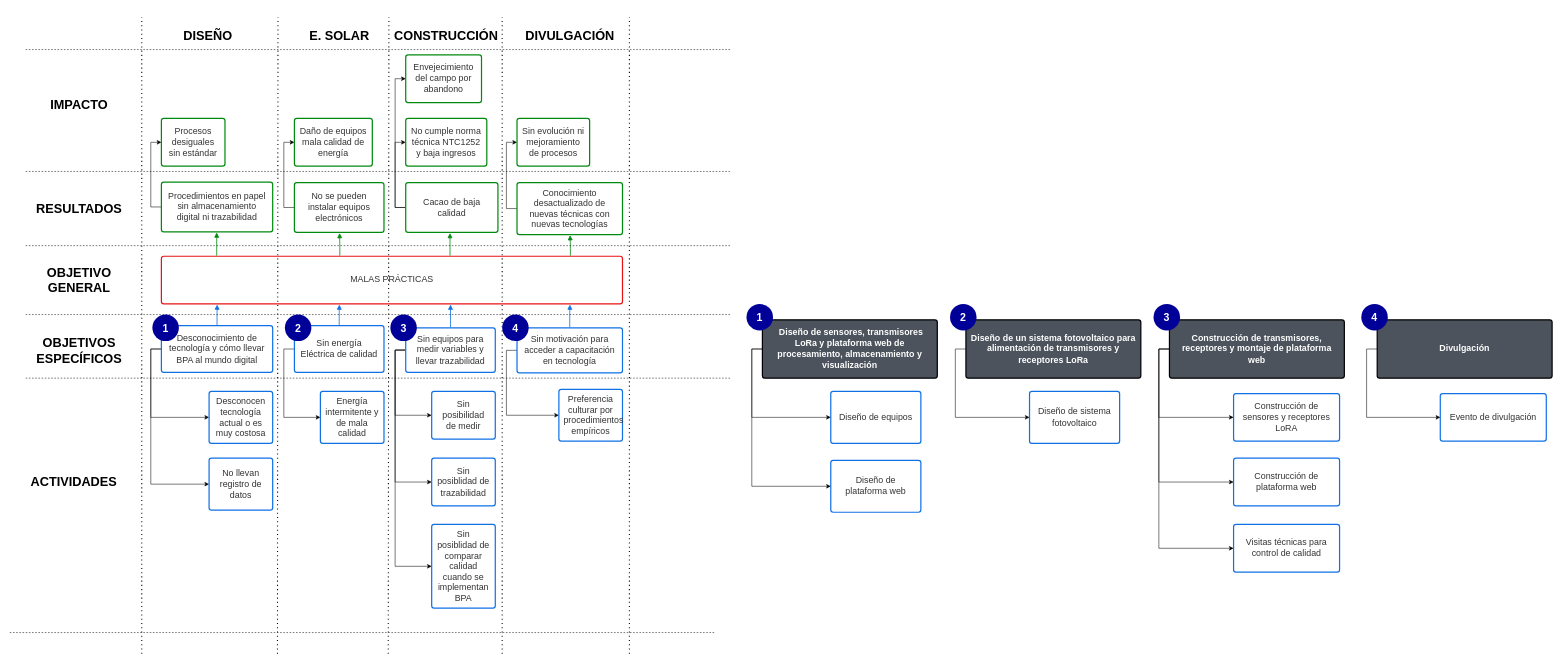
Above: page "Arbol de problemas" (1 of 2) of Diagrama sin título.drawio in LeonDV/documentacion (draw.io), before the change. Source tidied: cells renumbered, new cells numbered last; positions are measured from the earlier drawing's top-left corner, leaving out a move shared by most shapes. Both pictures are drawn from the tidied source at 53%, with x=0, y=0 at pixel (9, 17).
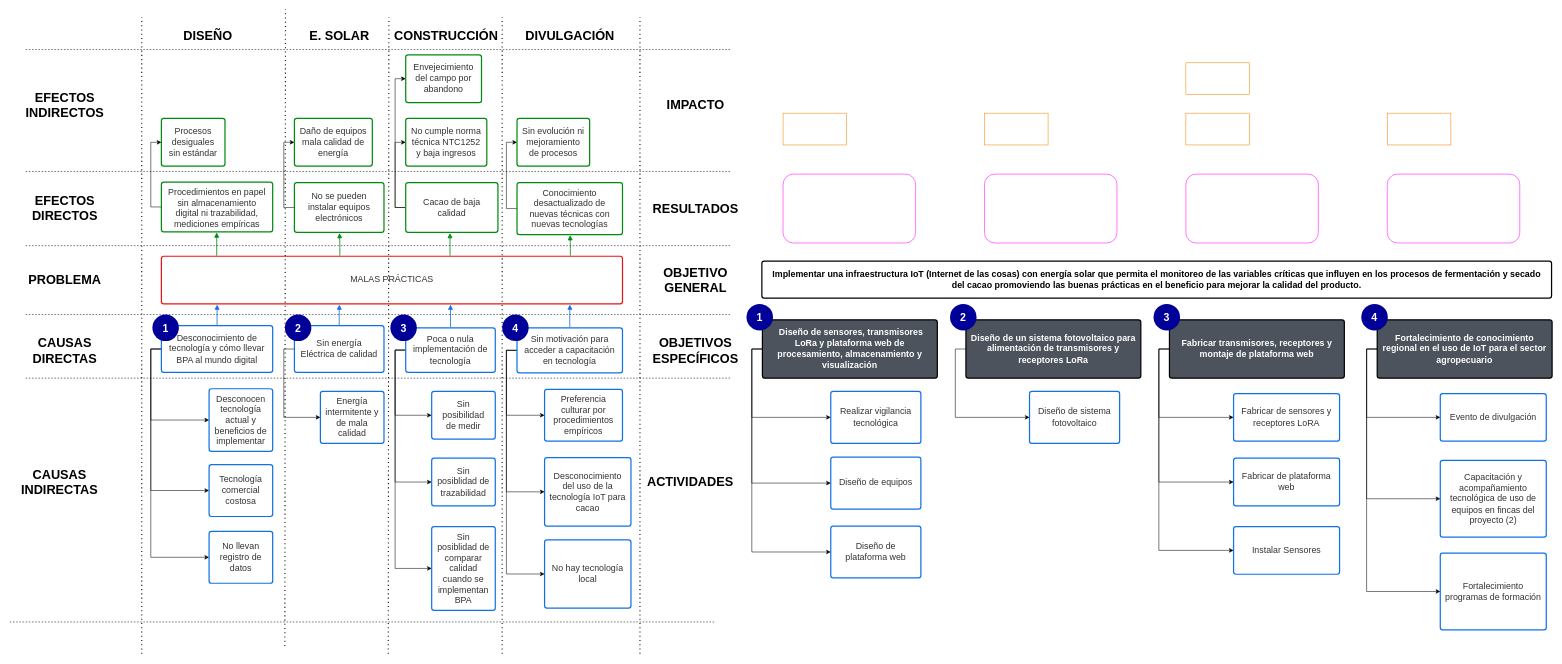
The same diagram, later.

The change refers to these unchanged cells:
```xml
<mxCell id="4" value="Desconocimiento de tecnología y cómo llevar BPA al mundo digital" style="html=1;overflow=block;blockSpacing=1;whiteSpace=wrap;fontSize=16.7;fontColor=#333333;align=center;spacing=9;strokeColor=#1071e5;strokeOpacity=100;rounded=1;absoluteArcSize=1;arcSize=9;strokeWidth=2.3;" parent="1" vertex="1">
  <mxGeometry x="287" y="582" width="210" height="88" as="geometry" />
</mxCell>
<mxCell id="13" value="Sin motivación para acceder a capacitación en tecnología" style="html=1;overflow=block;blockSpacing=1;whiteSpace=wrap;fontSize=16.7;fontColor=#333333;align=center;spacing=9;strokeColor=#1071e5;strokeOpacity=100;rounded=1;absoluteArcSize=1;arcSize=9;strokeWidth=2.3;" parent="1" vertex="1">
  <mxGeometry x="958" y="586" width="199" height="85" as="geometry" />
</mxCell>
<mxCell id="67" value="&amp;nbsp;Diseño de sensores, transmisores LoRa y plataforma web de procesamiento, almacenamiento y visualización" style="html=1;overflow=block;blockSpacing=1;whiteSpace=wrap;fontSize=16.7;fontColor=#ffffff;fontStyle=1;align=center;spacing=9;strokeOpacity=100;fillOpacity=100;rounded=1;absoluteArcSize=1;arcSize=9;fillColor=#4c535d;strokeWidth=2.3;" parent="66" vertex="1">
  <mxGeometry x="30" y="30" width="330" height="110" as="geometry" />
</mxCell>
<mxCell id="72" style="group;" parent="1" vertex="1">
  <mxGeometry x="2300" y="541" width="360" height="140" as="geometry" />
</mxCell>
<mxCell id="75" style="group;" parent="1" vertex="1">
  <mxGeometry x="2551" y="541" width="360" height="140" as="geometry" />
</mxCell>
```

What changed in the source:
```diff
@@
+    <mxCell id="93" style="edgeStyle=orthogonalEdgeStyle;rounded=0;jettySize=auto;html=1;exitX=0;exitY=0.5;exitDx=0;exitDy=0;entryX=0;entryY=0.5;entryDx=0;entryDy=0;fontSize=20;fontColor=#000000;" parent="1" edge="1" source="4" target="109">
+      <mxGeometry relative="1" as="geometry" />
+    </mxCell>
@@
-    <mxCell id="11" value="Sin equipos para medir variables y llevar trazabilidad" style="html=1;overflow=block;blockSpacing=1;whiteSpace=wrap;fontSize=16.7;fontColor=#333333;align=center;spacing=9;strokeColor=#1071e5;strokeOpacity=100;rounded=1;absoluteArcSize=1;arcSize=9;strokeWidth=2.3;" parent="1" vertex="1">
+    <mxCell id="11" value="Poca o nula implementación de tecnología" style="html=1;overflow=block;blockSpacing=1;whiteSpace=wrap;fontSize=16.7;fontColor=#333333;align=center;spacing=9;strokeColor=#1071e5;strokeOpacity=100;rounded=1;absoluteArcSize=1;arcSize=9;strokeWidth=2.3;" parent="1" vertex="1">
       <mxGeometry x="748" y="586" width="169" height="84" as="geometry" />
     </mxCell>
@@
+    <mxCell id="94" style="edgeStyle=orthogonalEdgeStyle;rounded=0;jettySize=auto;html=1;exitX=0;exitY=0.5;exitDx=0;exitDy=0;entryX=0;entryY=0.5;entryDx=0;entryDy=0;fontSize=20;fontColor=#000000;" parent="1" edge="1" source="13" target="106">
+      <mxGeometry relative="1" as="geometry" />
+    </mxCell>
+    <mxCell id="95" style="edgeStyle=orthogonalEdgeStyle;rounded=0;jettySize=auto;html=1;exitX=0;exitY=0.5;exitDx=0;exitDy=0;entryX=0;entryY=0.5;entryDx=0;entryDy=0;fontSize=20;fontColor=#000000;" parent="1" edge="1" source="13" target="119">
+      <mxGeometry relative="1" as="geometry" />
+    </mxCell>
@@
-    <mxCell id="14" value="Desconocen tecnología actual o es muy costosa" style="html=1;overflow=block;blockSpacing=1;whiteSpace=wrap;fontSize=16.7;fontColor=#333333;align=center;spacing=9;strokeColor=#1071e5;strokeOpacity=100;rounded=1;absoluteArcSize=1;arcSize=9;strokeWidth=2.3;" parent="1" vertex="1">
-      <mxGeometry x="377" y="706" width="120" height="98" as="geometry" />
+    <mxCell id="14" value="Tecnología comercial costosa" style="html=1;overflow=block;blockSpacing=1;whiteSpace=wrap;fontSize=16.7;fontColor=#333333;align=center;spacing=9;strokeColor=#1071e5;strokeOpacity=100;rounded=1;absoluteArcSize=1;arcSize=9;strokeWidth=2.3;" parent="1" vertex="1">
+      <mxGeometry x="377" y="844" width="120" height="98" as="geometry" />
     </mxCell>
@@
     <mxCell id="18" value="Sin posiblidad de comparar calidad cuando se implementan BPA" style="html=1;overflow=block;blockSpacing=1;whiteSpace=wrap;fontSize=16.7;fontColor=#333333;align=center;spacing=9;strokeColor=#1071e5;strokeOpacity=100;rounded=1;absoluteArcSize=1;arcSize=9;strokeWidth=2.3;" parent="1" vertex="1">
-      <mxGeometry x="797" y="957" width="120" height="158" as="geometry" />
+      <mxGeometry x="797" y="961" width="120" height="158" as="geometry" />
     </mxCell>
     <mxCell id="19" value="Preferencia culturar por procedimientos empíricos" style="html=1;overflow=block;blockSpacing=1;whiteSpace=wrap;fontSize=16.7;fontColor=#333333;align=center;spacing=9;strokeColor=#1071e5;strokeOpacity=100;rounded=1;absoluteArcSize=1;arcSize=9;strokeWidth=2.3;" parent="1" vertex="1">
-      <mxGeometry x="1037" y="702" width="120" height="98" as="geometry" />
+      <mxGeometry x="1010" y="702" width="147" height="98" as="geometry" />
     </mxCell>
@@
-    <mxCell id="25" value="Procedimientos en papel sin almacenamiento digital ni trazabilidad" style="html=1;overflow=block;blockSpacing=1;whiteSpace=wrap;fontSize=16.7;fontColor=#333333;align=center;spacing=9;strokeColor=#008a0e;strokeOpacity=100;rounded=1;absoluteArcSize=1;arcSize=9;strokeWidth=2.3;" parent="1" vertex="1">
+    <mxCell id="25" value="Procedimientos en papel sin almacenamiento digital ni trazabilidad, mediciones empíricas" style="html=1;overflow=block;blockSpacing=1;whiteSpace=wrap;fontSize=16.7;fontColor=#333333;align=center;spacing=9;strokeColor=#008a0e;strokeOpacity=100;rounded=1;absoluteArcSize=1;arcSize=9;strokeWidth=2.3;" parent="1" vertex="1">
       <mxGeometry x="287" y="311" width="210" height="94" as="geometry" />
     </mxCell>
@@
     <mxCell id="42" style="endArrow=none;dashed=1;html=1;dashPattern=1 3;strokeWidth=2;rounded=0;" parent="1" edge="1">
       <mxGeometry relative="1" as="geometry">
-        <mxPoint x="506" y="1201" as="sourcePoint" />
-        <mxPoint x="507" as="targetPoint" />
+        <mxPoint x="520" y="1186.5" as="sourcePoint" />
+        <mxPoint x="521" y="-14.5" as="targetPoint" />
       </mxGeometry>
     </mxCell>
@@
     <mxCell id="45" style="endArrow=none;dashed=1;html=1;dashPattern=1 3;strokeWidth=2;rounded=0;" parent="1" edge="1">
       <mxGeometry relative="1" as="geometry">
-        <mxPoint x="1170" y="1201" as="sourcePoint" />
-        <mxPoint x="1170" as="targetPoint" />
+        <mxPoint x="1190" y="1201" as="sourcePoint" />
+        <mxPoint x="1190" as="targetPoint" />
       </mxGeometry>
     </mxCell>
@@
     <mxCell id="47" value="&lt;font style=&quot;font-size: 24px;&quot;&gt;&lt;b&gt;OBJETIVOS ESPECÍFICOS&lt;/b&gt;&lt;/font&gt;" style="text;html=1;strokeColor=none;fillColor=none;align=center;verticalAlign=middle;whiteSpace=wrap;rounded=0;labelBackgroundColor=#ffffff;" parent="1" vertex="1">
-      <mxGeometry x="47" y="598.5" width="170" height="60" as="geometry" />
+      <mxGeometry x="1210" y="598.5" width="170" height="60" as="geometry" />
     </mxCell>
@@
     <mxCell id="52" style="endArrow=none;dashed=1;html=1;rounded=0;fontSize=18;" parent="1" edge="1">
       <mxGeometry relative="1" as="geometry">
-        <mxPoint x="1330" y="1161" as="sourcePoint" />
-        <mxPoint y="1161" as="targetPoint" />
+        <mxPoint x="1330" y="1141" as="sourcePoint" />
+        <mxPoint y="1141" as="targetPoint" />
       </mxGeometry>
     </mxCell>
@@
     <mxCell id="57" value="&lt;font style=&quot;font-size: 24px;&quot;&gt;&lt;b&gt;OBJETIVO GENERAL&lt;/b&gt;&lt;/font&gt;" style="text;html=1;strokeColor=none;fillColor=none;align=center;verticalAlign=middle;whiteSpace=wrap;rounded=0;labelBackgroundColor=#ffffff;" parent="1" vertex="1">
-      <mxGeometry x="52" y="461" width="160" height="70" as="geometry" />
+      <mxGeometry x="1215" y="461" width="160" height="70" as="geometry" />
     </mxCell>
     <mxCell id="58" value="&lt;font style=&quot;font-size: 24px;&quot;&gt;&lt;b&gt;ACTIVIDADES&lt;/b&gt;&lt;/font&gt;" style="text;html=1;strokeColor=none;fillColor=none;align=center;verticalAlign=middle;whiteSpace=wrap;rounded=0;labelBackgroundColor=#ffffff;" parent="1" vertex="1">
-      <mxGeometry x="27" y="862" width="190" height="30" as="geometry" />
+      <mxGeometry x="1190" y="862" width="190" height="30" as="geometry" />
     </mxCell>
     <mxCell id="59" value="&lt;span style=&quot;font-size: 24px;&quot;&gt;&lt;b&gt;RESULTADOS&lt;/b&gt;&lt;/span&gt;" style="text;html=1;strokeColor=none;fillColor=none;align=center;verticalAlign=middle;whiteSpace=wrap;rounded=0;labelBackgroundColor=#ffffff;" parent="1" vertex="1">
-      <mxGeometry x="37" y="346" width="190" height="30" as="geometry" />
+      <mxGeometry x="1200" y="346" width="190" height="30" as="geometry" />
     </mxCell>
     <mxCell id="60" value="&lt;span style=&quot;font-size: 24px;&quot;&gt;&lt;b&gt;IMPACTO&lt;/b&gt;&lt;/span&gt;" style="text;html=1;strokeColor=none;fillColor=none;align=center;verticalAlign=middle;whiteSpace=wrap;rounded=0;labelBackgroundColor=#ffffff;" parent="1" vertex="1">
-      <mxGeometry x="37" y="151" width="190" height="30" as="geometry" />
+      <mxGeometry x="1200" y="151" width="190" height="30" as="geometry" />
     </mxCell>
@@
-    <mxCell id="73" value="Construcción de transmisores, receptores y montaje de plataforma web" style="html=1;overflow=block;blockSpacing=1;whiteSpace=wrap;fontSize=16.7;fontColor=#ffffff;fontStyle=1;align=center;spacing=9;strokeOpacity=100;fillOpacity=100;rounded=1;absoluteArcSize=1;arcSize=9;fillColor=#4c535d;strokeWidth=2.3;" parent="72" vertex="1">
+    <mxCell id="73" value="Fabricar transmisores, receptores y montaje de plataforma web" style="html=1;overflow=block;blockSpacing=1;whiteSpace=wrap;fontSize=16.7;fontColor=#ffffff;fontStyle=1;align=center;spacing=9;strokeOpacity=100;fillOpacity=100;rounded=1;absoluteArcSize=1;arcSize=9;fillColor=#4c535d;strokeWidth=2.3;" parent="72" vertex="1">
       <mxGeometry x="-111" y="30" width="330" height="110" as="geometry" />
     </mxCell>
@@
-    <mxCell id="76" value="Divulgación" style="html=1;overflow=block;blockSpacing=1;whiteSpace=wrap;fontSize=16.7;fontColor=#ffffff;fontStyle=1;align=center;spacing=9;strokeOpacity=100;fillOpacity=100;rounded=1;absoluteArcSize=1;arcSize=9;fillColor=#4c535d;strokeWidth=2.3;" parent="75" vertex="1">
+    <mxCell id="76" value="Fortalecimiento de conocimiento regional en el uso de IoT para el sector agropecuario" style="html=1;overflow=block;blockSpacing=1;whiteSpace=wrap;fontSize=16.7;fontColor=#ffffff;fontStyle=1;align=center;spacing=9;strokeOpacity=100;fillOpacity=100;rounded=1;absoluteArcSize=1;arcSize=9;fillColor=#4c535d;strokeWidth=2.3;" parent="75" vertex="1">
       <mxGeometry x="30" y="30" width="330" height="110" as="geometry" />
     </mxCell>
@@
     <mxCell id="78" value="No llevan registro de datos" style="html=1;overflow=block;blockSpacing=1;whiteSpace=wrap;fontSize=16.7;fontColor=#333333;align=center;spacing=9;strokeColor=#1071e5;strokeOpacity=100;rounded=1;absoluteArcSize=1;arcSize=9;strokeWidth=2.3;" parent="1" vertex="1">
-      <mxGeometry x="377" y="832" width="120" height="98" as="geometry" />
+      <mxGeometry x="377" y="970" width="120" height="98" as="geometry" />
     </mxCell>
     <mxCell id="79" value="Diseño de equipos" style="html=1;overflow=block;blockSpacing=1;whiteSpace=wrap;fontSize=16.7;fontColor=#333333;align=center;spacing=9;strokeColor=#1071e5;strokeOpacity=100;rounded=1;absoluteArcSize=1;arcSize=9;strokeWidth=2.3;" parent="1" vertex="1">
-      <mxGeometry x="1550" y="706" width="170" height="98" as="geometry" />
+      <mxGeometry x="1550" y="830" width="170" height="98" as="geometry" />
     </mxCell>
     <mxCell id="80" value="Diseño de plataforma web" style="html=1;overflow=block;blockSpacing=1;whiteSpace=wrap;fontSize=16.7;fontColor=#333333;align=center;spacing=9;strokeColor=#1071e5;strokeOpacity=100;rounded=1;absoluteArcSize=1;arcSize=9;strokeWidth=2.3;" parent="1" vertex="1">
-      <mxGeometry x="1550" y="836" width="170" height="98" as="geometry" />
+      <mxGeometry x="1550" y="960" width="170" height="98" as="geometry" />
     </mxCell>
@@
-    <mxCell id="85" value="Construcción de sensores y receptores LoRA" style="html=1;overflow=block;blockSpacing=1;whiteSpace=wrap;fontSize=16.7;fontColor=#333333;align=center;spacing=9;strokeColor=#1071e5;strokeOpacity=100;rounded=1;absoluteArcSize=1;arcSize=9;strokeWidth=2.3;" parent="1" vertex="1">
+    <mxCell id="85" value="Fabricar de sensores y receptores LoRA" style="html=1;overflow=block;blockSpacing=1;whiteSpace=wrap;fontSize=16.7;fontColor=#333333;align=center;spacing=9;strokeColor=#1071e5;strokeOpacity=100;rounded=1;absoluteArcSize=1;arcSize=9;strokeWidth=2.3;" parent="1" vertex="1">
       <mxGeometry x="2310" y="710" width="200" height="90" as="geometry" />
     </mxCell>
-    <mxCell id="86" value="Construcción de plataforma web" style="html=1;overflow=block;blockSpacing=1;whiteSpace=wrap;fontSize=16.7;fontColor=#333333;align=center;spacing=9;strokeColor=#1071e5;strokeOpacity=100;rounded=1;absoluteArcSize=1;arcSize=9;strokeWidth=2.3;" parent="1" vertex="1">
+    <mxCell id="86" value="Fabricar de plataforma web" style="html=1;overflow=block;blockSpacing=1;whiteSpace=wrap;fontSize=16.7;fontColor=#333333;align=center;spacing=9;strokeColor=#1071e5;strokeOpacity=100;rounded=1;absoluteArcSize=1;arcSize=9;strokeWidth=2.3;" parent="1" vertex="1">
       <mxGeometry x="2310" y="832" width="200" height="90" as="geometry" />
     </mxCell>
-    <mxCell id="87" value="Visitas técnicas para control de calidad" style="html=1;overflow=block;blockSpacing=1;whiteSpace=wrap;fontSize=16.7;fontColor=#333333;align=center;spacing=9;strokeColor=#1071e5;strokeOpacity=100;rounded=1;absoluteArcSize=1;arcSize=9;strokeWidth=2.3;" parent="1" vertex="1">
-      <mxGeometry x="2310" y="957" width="200" height="90" as="geometry" />
-    </mxCell>
@@
-    <mxCell id="90" style="edgeStyle=orthogonalEdgeStyle;rounded=0;jettySize=auto;html=1;exitX=0;exitY=0.5;exitDx=0;exitDy=0;entryX=0;entryY=0.5;entryDx=0;entryDy=0;fontSize=20;fontColor=#FFFFFF;" parent="1" edge="1" source="73" target="87">
-      <mxGeometry relative="1" as="geometry" />
-    </mxCell>
@@
+    <mxCell id="96" value="Implementar una infraestructura IoT (Internet de las cosas) con energía solar que permita el monitoreo de las variables críticas que influyen en los procesos de fermentación y secado del cacao promoviendo las buenas prácticas en el beneficio para mejorar la calidad del producto." style="html=1;overflow=block;blockSpacing=1;whiteSpace=wrap;fontSize=16.7;fontColor=#000000;fontStyle=1;align=center;spacing=9;strokeOpacity=100;fillOpacity=100;rounded=1;absoluteArcSize=1;arcSize=9;fillColor=#FFFFFF;strokeWidth=2.3;" parent="1" vertex="1">
+      <mxGeometry x="1420" y="460.1" width="1490" height="69.9" as="geometry" />
+    </mxCell>
+    <mxCell id="97" value="&lt;span style=&quot;font-size: 24px;&quot;&gt;&lt;b&gt;CAUSAS DIRECTAS&lt;/b&gt;&lt;/span&gt;" style="text;html=1;strokeColor=none;fillColor=none;align=center;verticalAlign=middle;whiteSpace=wrap;rounded=0;labelBackgroundColor=#ffffff;" parent="1" vertex="1">
+      <mxGeometry x="20" y="598.5" width="170" height="60" as="geometry" />
+    </mxCell>
+    <mxCell id="98" value="&lt;font style=&quot;font-size: 24px;&quot;&gt;&lt;b&gt;PROBLEMA&lt;/b&gt;&lt;/font&gt;" style="text;html=1;strokeColor=none;fillColor=none;align=center;verticalAlign=middle;whiteSpace=wrap;rounded=0;labelBackgroundColor=#ffffff;" parent="1" vertex="1">
+      <mxGeometry x="25" y="461" width="160" height="70" as="geometry" />
+    </mxCell>
+    <mxCell id="99" value="&lt;font style=&quot;font-size: 24px;&quot;&gt;&lt;b&gt;CAUSAS INDIRECTAS&lt;/b&gt;&lt;/font&gt;" style="text;html=1;strokeColor=none;fillColor=none;align=center;verticalAlign=middle;whiteSpace=wrap;rounded=0;labelBackgroundColor=#ffffff;" parent="1" vertex="1">
+      <mxGeometry y="862" width="190" height="30" as="geometry" />
+    </mxCell>
+    <mxCell id="100" value="&lt;span style=&quot;font-size: 24px;&quot;&gt;&lt;b&gt;EFECTOS DIRECTOS&lt;/b&gt;&lt;/span&gt;" style="text;html=1;strokeColor=none;fillColor=none;align=center;verticalAlign=middle;whiteSpace=wrap;rounded=0;labelBackgroundColor=#ffffff;" parent="1" vertex="1">
+      <mxGeometry x="10" y="346" width="190" height="30" as="geometry" />
+    </mxCell>
+    <mxCell id="101" value="&lt;span style=&quot;font-size: 24px;&quot;&gt;&lt;b&gt;EFECTOS INDIRECTOS&lt;/b&gt;&lt;/span&gt;" style="text;html=1;strokeColor=none;fillColor=none;align=center;verticalAlign=middle;whiteSpace=wrap;rounded=0;labelBackgroundColor=#ffffff;" parent="1" vertex="1">
+      <mxGeometry x="10" y="151" width="190" height="30" as="geometry" />
+    </mxCell>
+    <mxCell id="102" value="Capacitación y acompañamiento tecnológica de uso de equipos en fincas del proyecto (2)" style="html=1;overflow=block;blockSpacing=1;whiteSpace=wrap;fontSize=16.7;fontColor=#333333;align=center;spacing=9;strokeColor=#1071e5;strokeOpacity=100;rounded=1;absoluteArcSize=1;arcSize=9;strokeWidth=2.3;" parent="1" vertex="1">
+      <mxGeometry x="2700" y="836" width="200" height="145" as="geometry" />
+    </mxCell>
+    <mxCell id="103" style="edgeStyle=orthogonalEdgeStyle;rounded=0;jettySize=auto;html=1;exitX=0;exitY=0.5;exitDx=0;exitDy=0;entryX=0;entryY=0.5;entryDx=0;entryDy=0;fontSize=20;fontColor=#000000;" parent="1" edge="1" source="76" target="102">
+      <mxGeometry relative="1" as="geometry" />
+    </mxCell>
+    <mxCell id="104" value="Instalar Sensores" style="html=1;overflow=block;blockSpacing=1;whiteSpace=wrap;fontSize=16.7;fontColor=#333333;align=center;spacing=9;strokeColor=#1071e5;strokeOpacity=100;rounded=1;absoluteArcSize=1;arcSize=9;strokeWidth=2.3;" parent="1" vertex="1">
+      <mxGeometry x="2310" y="961" width="200" height="90" as="geometry" />
+    </mxCell>
+    <mxCell id="105" style="edgeStyle=orthogonalEdgeStyle;rounded=0;jettySize=auto;html=1;exitX=0;exitY=0.5;exitDx=0;exitDy=0;entryX=0;entryY=0.5;entryDx=0;entryDy=0;fontSize=20;fontColor=#000000;" parent="1" edge="1" source="73" target="104">
+      <mxGeometry relative="1" as="geometry" />
+    </mxCell>
+    <mxCell id="106" value="Desconocimiento del uso de la tecnología IoT para cacao" style="html=1;overflow=block;blockSpacing=1;whiteSpace=wrap;fontSize=16.7;fontColor=#333333;align=center;spacing=9;strokeColor=#1071e5;strokeOpacity=100;rounded=1;absoluteArcSize=1;arcSize=9;strokeWidth=2.3;" parent="1" vertex="1">
+      <mxGeometry x="1010" y="831" width="163" height="129" as="geometry" />
+    </mxCell>
+    <mxCell id="107" value="Realizar vigilancia tecnológica" style="html=1;overflow=block;blockSpacing=1;whiteSpace=wrap;fontSize=16.7;fontColor=#333333;align=center;spacing=9;strokeColor=#1071e5;strokeOpacity=100;rounded=1;absoluteArcSize=1;arcSize=9;strokeWidth=2.3;" parent="1" vertex="1">
+      <mxGeometry x="1550" y="706" width="170" height="98" as="geometry" />
+    </mxCell>
+    <mxCell id="108" style="edgeStyle=orthogonalEdgeStyle;rounded=0;jettySize=auto;html=1;exitX=0;exitY=0.5;exitDx=0;exitDy=0;entryX=0;entryY=0.5;entryDx=0;entryDy=0;fontSize=20;fontColor=#000000;" parent="1" edge="1" source="67" target="107">
+      <mxGeometry relative="1" as="geometry" />
+    </mxCell>
+    <mxCell id="109" value="Desconocen tecnología actual y beneficios de implementar" style="html=1;overflow=block;blockSpacing=1;whiteSpace=wrap;fontSize=16.7;fontColor=#333333;align=center;spacing=9;strokeColor=#1071e5;strokeOpacity=100;rounded=1;absoluteArcSize=1;arcSize=9;strokeWidth=2.3;" parent="1" vertex="1">
+      <mxGeometry x="377" y="701" width="120" height="118" as="geometry" />
+    </mxCell>
+    <mxCell id="110" style="rounded=1;whiteSpace=wrap;html=1;labelBackgroundColor=none;fontSize=20;fontColor=#000000;fillColor=#FFFFFF;strokeColor=#FF00FF;" parent="1" vertex="1">
+      <mxGeometry x="1460" y="296" width="250" height="130" as="geometry" />
+    </mxCell>
+    <mxCell id="111" style="rounded=1;whiteSpace=wrap;html=1;labelBackgroundColor=none;fontSize=20;fontColor=#000000;fillColor=#FFFFFF;strokeColor=#FF00FF;" parent="1" vertex="1">
+      <mxGeometry x="1840" y="296" width="250" height="130" as="geometry" />
+    </mxCell>
+    <mxCell id="112" style="rounded=1;whiteSpace=wrap;html=1;labelBackgroundColor=none;fontSize=20;fontColor=#000000;fillColor=#FFFFFF;strokeColor=#FF00FF;" parent="1" vertex="1">
+      <mxGeometry x="2220" y="296" width="250" height="130" as="geometry" />
+    </mxCell>
+    <mxCell id="113" style="rounded=1;whiteSpace=wrap;html=1;labelBackgroundColor=none;fontSize=20;fontColor=#000000;fillColor=#FFFFFF;strokeColor=#FF00FF;" parent="1" vertex="1">
+      <mxGeometry x="2600" y="296" width="250" height="130" as="geometry" />
+    </mxCell>
+    <mxCell id="114" style="rounded=0;whiteSpace=wrap;html=1;labelBackgroundColor=none;strokeColor=#FF8000;fontSize=20;fontColor=#000000;fillColor=#FFFFFF;" parent="1" vertex="1">
+      <mxGeometry x="1460" y="181" width="120" height="60" as="geometry" />
+    </mxCell>
+    <mxCell id="115" style="rounded=0;whiteSpace=wrap;html=1;labelBackgroundColor=none;strokeColor=#FF8000;fontSize=20;fontColor=#000000;fillColor=#FFFFFF;" parent="1" vertex="1">
+      <mxGeometry x="1840" y="181" width="120" height="60" as="geometry" />
+    </mxCell>
+    <mxCell id="116" style="rounded=0;whiteSpace=wrap;html=1;labelBackgroundColor=none;strokeColor=#FF8000;fontSize=20;fontColor=#000000;fillColor=#FFFFFF;" parent="1" vertex="1">
+      <mxGeometry x="2220" y="181" width="120" height="60" as="geometry" />
+    </mxCell>
+    <mxCell id="117" style="rounded=0;whiteSpace=wrap;html=1;labelBackgroundColor=none;strokeColor=#FF8000;fontSize=20;fontColor=#000000;fillColor=#FFFFFF;" parent="1" vertex="1">
+      <mxGeometry x="2220" y="86" width="120" height="60" as="geometry" />
+    </mxCell>
+    <mxCell id="118" style="rounded=0;whiteSpace=wrap;html=1;labelBackgroundColor=none;strokeColor=#FF8000;fontSize=20;fontColor=#000000;fillColor=#FFFFFF;" parent="1" vertex="1">
+      <mxGeometry x="2600" y="181" width="120" height="60" as="geometry" />
+    </mxCell>
+    <mxCell id="119" value="No hay tecnología local" style="html=1;overflow=block;blockSpacing=1;whiteSpace=wrap;fontSize=16.7;fontColor=#333333;align=center;spacing=9;strokeColor=#1071e5;strokeOpacity=100;rounded=1;absoluteArcSize=1;arcSize=9;strokeWidth=2.3;" parent="1" vertex="1">
+      <mxGeometry x="1010" y="986" width="163" height="129" as="geometry" />
+    </mxCell>
+    <mxCell id="120" value="Fortalecimiento programas de formación" style="html=1;overflow=block;blockSpacing=1;whiteSpace=wrap;fontSize=16.7;fontColor=#333333;align=center;spacing=9;strokeColor=#1071e5;strokeOpacity=100;rounded=1;absoluteArcSize=1;arcSize=9;strokeWidth=2.3;" parent="1" vertex="1">
+      <mxGeometry x="2700" y="1011" width="200" height="145" as="geometry" />
+    </mxCell>
+    <mxCell id="121" style="edgeStyle=orthogonalEdgeStyle;rounded=0;jettySize=auto;html=1;exitX=0;exitY=0.5;exitDx=0;exitDy=0;entryX=0;entryY=0.5;entryDx=0;entryDy=0;fontSize=20;fontColor=#000000;" parent="1" edge="1" source="76" target="120">
+      <mxGeometry relative="1" as="geometry" />
+    </mxCell>
```
